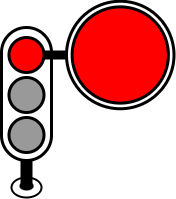
This is assets/images/trafficlight-red-countdown.drawio.png from priobike/priobike-flutter-app, a draw.io export, as it was before one commit. Source tidied: cells renumbered, new cells last; positions are measured from the earlier drawing's top-left corner, leaving out a move shared by most shapes.
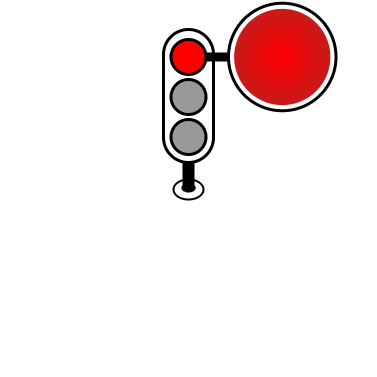
Later version of the same file.

Change to the diagram source:
```diff
@@ -2,6 +2,9 @@
   <root>
     <mxCell id="0" />
     <mxCell id="1" parent="0" />
+    <mxCell id="12" style="whiteSpace=wrap;html=1;fillColor=none;strokeColor=none;" parent="1" vertex="1">
+      <mxGeometry x="-162.9" y="-3.4" width="375.8" height="375.8" as="geometry" />
+    </mxCell>
     <mxCell id="2" style="rounded=1;whiteSpace=wrap;html=1;perimeterSpacing=0;arcSize=50;strokeWidth=3;" parent="1" vertex="1">
       <mxGeometry y="26" width="50" height="133" as="geometry" />
     </mxCell>
@@ -20,7 +23,7 @@
     <mxCell id="7" style="endArrow=none;html=1;rounded=0;strokeWidth=9;" parent="1" edge="1" source="3" target="6">
       <mxGeometry relative="1" as="geometry" />
     </mxCell>
-    <mxCell id="8" style="ellipse;whiteSpace=wrap;html=1;shadow=0;fillColor=#FF0000;gradientColor=none;gradientDirection=radial;strokeWidth=3;" parent="1" vertex="1">
+    <mxCell id="8" style="ellipse;whiteSpace=wrap;html=1;shadow=0;fillColor=#FF0000;gradientColor=#C71A1A;gradientDirection=radial;strokeWidth=3;strokeColor=none;" parent="1" vertex="1">
       <mxGeometry x="70.6" y="5.4" width="96.2" height="96.2" as="geometry" />
     </mxCell>
     <mxCell id="9" style="ellipse;whiteSpace=wrap;html=1;strokeWidth=2;" parent="1" vertex="1">
```
